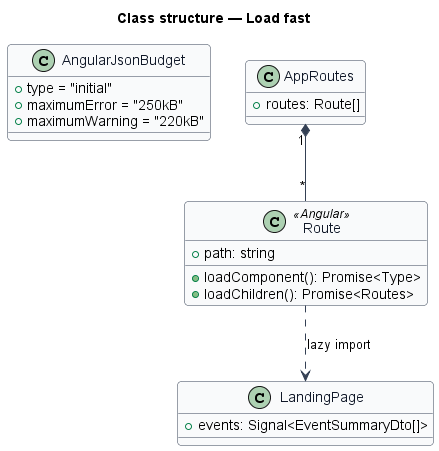
This is docs/detailed-designs/performance/load-fast/diagrams/class.png from QuinntyneBrown/christian-fitness, a PlantUML export, as it was before one commit.
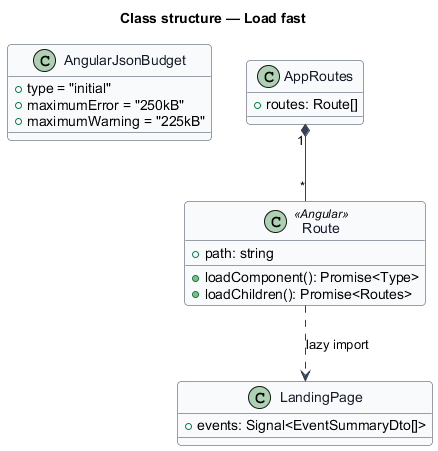
Later version of the same file.

The edit, as a diff of the source:
```diff
@@ -14,7 +14,7 @@
 class AngularJsonBudget {
   +type = "initial"
   +maximumError = "250kB"
-  +maximumWarning = "220kB"
+  +maximumWarning = "225kB"
 }
 class Route <<Angular>> {
   +path: string
```
